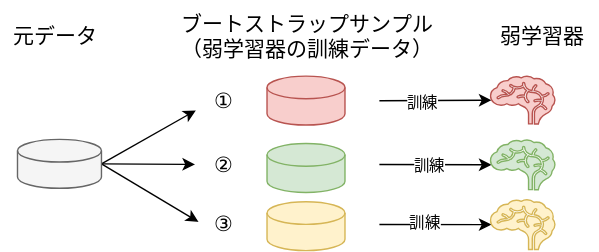
progedu/zen-algorithm-for-ml-assets keeps this draw.io diagram as 09_アンサンブルの基本/img/bootstrap_weak_models.svg. Above is the earlier version. Source tidied: cells renumbered, new cells last; positions are measured from the earlier drawing's top-left corner, leaving out a move shared by most shapes. Its diagram source:
```xml
<mxGraphModel>
  <root>
    <mxCell id="0" />
    <mxCell id="1" parent="0" />
    <mxCell id="2" value="①" style="text;html=1;align=center;verticalAlign=middle;points=[];strokeColor=none;fillColor=none;fontSize=15;" parent="1" vertex="1">
      <mxGeometry x="139.8" y="56.5" width="40" height="30" as="geometry" />
    </mxCell>
    <mxCell id="3" value="②" style="text;html=1;align=center;verticalAlign=middle;points=[];strokeColor=none;fillColor=none;fontSize=15;" parent="1" vertex="1">
      <mxGeometry x="139.8" y="102.1" width="40" height="30" as="geometry" />
    </mxCell>
    <mxCell id="4" value="③" style="text;html=1;align=center;verticalAlign=middle;points=[];strokeColor=none;fillColor=none;fontSize=15;" parent="1" vertex="1">
      <mxGeometry x="139.8" y="143.6" width="40" height="30" as="geometry" />
    </mxCell>
    <mxCell id="5" style="edgeStyle=none;rounded=0;jettySize=auto;html=1;exitX=1;exitY=0.5;exitDx=0;exitDy=0;exitPerimeter=0;fontSize=15;" parent="1" edge="1" source="17" target="3">
      <mxGeometry relative="1" as="geometry" />
    </mxCell>
    <mxCell id="6" style="rounded=0;jettySize=auto;html=1;exitX=1;exitY=0.5;exitDx=0;exitDy=0;exitPerimeter=0;entryX=0.016;entryY=0.728;entryDx=0;entryDy=0;entryPerimeter=0;fontSize=15;" parent="1" edge="1" source="17" target="2">
      <mxGeometry relative="1" as="geometry" />
    </mxCell>
    <mxCell id="7" style="edgeStyle=none;rounded=0;jettySize=auto;html=1;exitX=1;exitY=0.5;exitDx=0;exitDy=0;exitPerimeter=0;entryX=0.063;entryY=0.481;entryDx=0;entryDy=0;entryPerimeter=0;fontSize=15;" parent="1" edge="1" source="17" target="4">
      <mxGeometry relative="1" as="geometry" />
    </mxCell>
    <mxCell id="8" value="元データ" style="text;html=1;align=center;verticalAlign=middle;strokeColor=none;fillColor=none;fontSize=15;" parent="1" vertex="1">
      <mxGeometry x="0.3" y="10" width="80" height="30" as="geometry" />
    </mxCell>
    <mxCell id="9" value="ブートストラップサンプル&lt;br&gt;（弱学習器の訓練データ）" style="text;html=1;align=center;verticalAlign=middle;strokeColor=none;fillColor=none;fontSize=15;" parent="1" vertex="1">
      <mxGeometry x="120" width="200" height="50" as="geometry" />
    </mxCell>
    <mxCell id="10" value="弱学習器" style="text;html=1;align=center;verticalAlign=middle;points=[];strokeColor=none;fillColor=none;fontSize=15;" parent="1" vertex="1">
      <mxGeometry x="348" y="10" width="80" height="30" as="geometry" />
    </mxCell>
    <mxCell id="11" style="edgeStyle=none;rounded=0;jettySize=auto;html=1;entryX=0.015;entryY=0.5;entryDx=0;entryDy=0;entryPerimeter=0;" parent="1" edge="1" target="22">
      <mxGeometry relative="1" as="geometry">
        <mxPoint x="271.6" y="71.5" as="sourcePoint" />
      </mxGeometry>
    </mxCell>
    <mxCell id="12" value="訓練" style="edgeLabel;html=1;align=center;verticalAlign=middle;" parent="11" vertex="1">
      <mxGeometry x="-0.41" y="-1" relative="1" as="geometry">
        <mxPoint x="7" as="offset" />
      </mxGeometry>
    </mxCell>
    <mxCell id="13" style="edgeStyle=none;rounded=0;jettySize=auto;html=1;entryX=0.015;entryY=0.5;entryDx=0;entryDy=0;entryPerimeter=0;" parent="1" edge="1" target="23">
      <mxGeometry relative="1" as="geometry">
        <mxPoint x="271.6" y="117" as="sourcePoint" />
      </mxGeometry>
    </mxCell>
    <mxCell id="14" value="訓練" style="edgeLabel;html=1;align=center;verticalAlign=middle;points=[];" parent="13" vertex="1">
      <mxGeometry x="-0.11" y="-1" relative="1" as="geometry" />
    </mxCell>
    <mxCell id="15" style="edgeStyle=none;rounded=0;jettySize=auto;html=1;entryX=0.015;entryY=0.5;entryDx=0;entryDy=0;entryPerimeter=0;" parent="1" edge="1" target="24">
      <mxGeometry relative="1" as="geometry">
        <mxPoint x="271.6" y="159.9" as="sourcePoint" />
      </mxGeometry>
    </mxCell>
    <mxCell id="16" value="訓練" style="edgeLabel;html=1;align=center;verticalAlign=middle;" parent="15" vertex="1">
      <mxGeometry x="-0.2" y="1" relative="1" as="geometry" />
    </mxCell>
    <mxCell id="17" style="shape=cylinder3;whiteSpace=wrap;html=1;boundedLbl=1;backgroundOutline=1;size=8.079996512276693;fillColor=#f5f5f5;fontColor=#333333;strokeColor=#666666;" parent="1" vertex="1">
      <mxGeometry x="13" y="99.1" width="60" height="34.9" as="geometry" />
    </mxCell>
    <mxCell id="18" style="group;" parent="1" vertex="1">
      <mxGeometry x="191.3" y="53.9" width="55.7" height="124.7" as="geometry" />
    </mxCell>
    <mxCell id="19" style="shape=cylinder3;whiteSpace=wrap;html=1;boundedLbl=1;backgroundOutline=1;size=8.079996512276693;fillColor=#f8cecc;strokeColor=#b85450;" parent="18" vertex="1">
      <mxGeometry width="55.7" height="34.9" as="geometry" />
    </mxCell>
    <mxCell id="20" style="shape=cylinder3;whiteSpace=wrap;html=1;boundedLbl=1;backgroundOutline=1;size=8.079996512276693;fillColor=#d5e8d4;strokeColor=#82b366;" parent="18" vertex="1">
      <mxGeometry y="48.2" width="55.7" height="34.9" as="geometry" />
    </mxCell>
    <mxCell id="21" style="shape=cylinder3;whiteSpace=wrap;html=1;boundedLbl=1;backgroundOutline=1;size=8.079996512276693;fillColor=#fff2cc;strokeColor=#d6b656;" parent="18" vertex="1">
      <mxGeometry y="89.7" width="55.7" height="34.9" as="geometry" />
    </mxCell>
    <mxCell id="22" style="shape=mxgraph.signs.healthcare.brain;html=1;fillColor=#f8cecc;strokeColor=#b85450;verticalLabelPosition=bottom;verticalAlign=top;align=center;fontSize=14;" parent="1" vertex="1">
      <mxGeometry x="351" y="54" width="46" height="34" as="geometry" />
    </mxCell>
    <mxCell id="23" style="shape=mxgraph.signs.healthcare.brain;html=1;fillColor=#d5e8d4;strokeColor=#82b366;verticalLabelPosition=bottom;verticalAlign=top;align=center;fontSize=14;" parent="1" vertex="1">
      <mxGeometry x="351" y="99.5" width="46" height="35.5" as="geometry" />
    </mxCell>
    <mxCell id="24" style="shape=mxgraph.signs.healthcare.brain;html=1;fillColor=#fff2cc;strokeColor=#d6b656;verticalLabelPosition=bottom;verticalAlign=top;align=center;fontSize=14;" parent="1" vertex="1">
      <mxGeometry x="351" y="142.2" width="46" height="35.5" as="geometry" />
    </mxCell>
  </root>
</mxGraphModel>
```
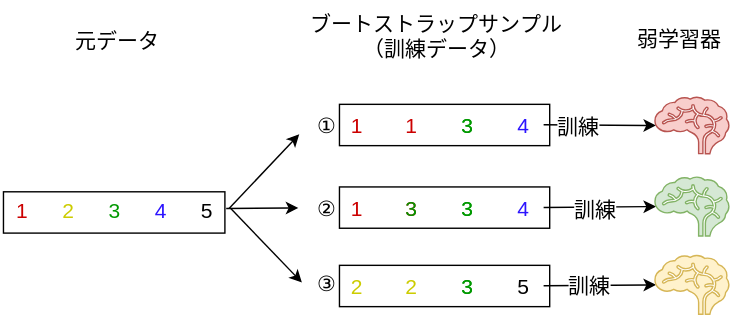
After the commit.

Diff of the diagram source:
```diff
@@ -3,81 +3,133 @@
     <mxCell id="0" />
     <mxCell id="1" parent="0" />
     <mxCell id="2" value="①" style="text;html=1;align=center;verticalAlign=middle;points=[];strokeColor=none;fillColor=none;fontSize=15;" parent="1" vertex="1">
-      <mxGeometry x="139.8" y="56.5" width="40" height="30" as="geometry" />
+      <mxGeometry x="159.5" y="73.5" width="40" height="30" as="geometry" />
     </mxCell>
     <mxCell id="3" value="②" style="text;html=1;align=center;verticalAlign=middle;points=[];strokeColor=none;fillColor=none;fontSize=15;" parent="1" vertex="1">
-      <mxGeometry x="139.8" y="102.1" width="40" height="30" as="geometry" />
+      <mxGeometry x="159.5" y="132.8" width="40" height="30" as="geometry" />
     </mxCell>
     <mxCell id="4" value="③" style="text;html=1;align=center;verticalAlign=middle;points=[];strokeColor=none;fillColor=none;fontSize=15;" parent="1" vertex="1">
-      <mxGeometry x="139.8" y="143.6" width="40" height="30" as="geometry" />
+      <mxGeometry x="159.5" y="186.9" width="40" height="30" as="geometry" />
     </mxCell>
-    <mxCell id="5" style="edgeStyle=none;rounded=0;jettySize=auto;html=1;exitX=1;exitY=0.5;exitDx=0;exitDy=0;exitPerimeter=0;fontSize=15;" parent="1" edge="1" source="17" target="3">
-      <mxGeometry relative="1" as="geometry" />
+    <mxCell id="5" value="1" style="text;html=1;align=center;verticalAlign=middle;strokeColor=none;fillColor=none;fontSize=15;fontColor=#CC0000;" parent="1" vertex="1">
+      <mxGeometry x="-53" y="135.1" width="30" height="30" as="geometry" />
     </mxCell>
-    <mxCell id="6" style="rounded=0;jettySize=auto;html=1;exitX=1;exitY=0.5;exitDx=0;exitDy=0;exitPerimeter=0;entryX=0.016;entryY=0.728;entryDx=0;entryDy=0;entryPerimeter=0;fontSize=15;" parent="1" edge="1" source="17" target="2">
-      <mxGeometry relative="1" as="geometry" />
+    <mxCell id="6" value="2" style="text;html=1;align=center;verticalAlign=middle;strokeColor=none;fillColor=none;fontSize=15;fontColor=#CCCC00;" parent="1" vertex="1">
+      <mxGeometry x="-20" y="135.1" width="30" height="30" as="geometry" />
     </mxCell>
-    <mxCell id="7" style="edgeStyle=none;rounded=0;jettySize=auto;html=1;exitX=1;exitY=0.5;exitDx=0;exitDy=0;exitPerimeter=0;entryX=0.063;entryY=0.481;entryDx=0;entryDy=0;entryPerimeter=0;fontSize=15;" parent="1" edge="1" source="17" target="4">
-      <mxGeometry relative="1" as="geometry" />
+    <mxCell id="7" value="3" style="text;html=1;align=center;verticalAlign=middle;strokeColor=none;fillColor=none;fontSize=15;fontColor=#009900;" parent="1" vertex="1">
+      <mxGeometry x="13" y="135.1" width="30" height="30" as="geometry" />
     </mxCell>
-    <mxCell id="8" value="元データ" style="text;html=1;align=center;verticalAlign=middle;strokeColor=none;fillColor=none;fontSize=15;" parent="1" vertex="1">
-      <mxGeometry x="0.3" y="10" width="80" height="30" as="geometry" />
+    <mxCell id="8" value="4" style="text;html=1;align=center;verticalAlign=middle;strokeColor=none;fillColor=none;fontSize=15;fontColor=#2C14FF;" parent="1" vertex="1">
+      <mxGeometry x="46" y="135.1" width="30" height="30" as="geometry" />
     </mxCell>
-    <mxCell id="9" value="ブートストラップサンプル&lt;br&gt;（弱学習器の訓練データ）" style="text;html=1;align=center;verticalAlign=middle;strokeColor=none;fillColor=none;fontSize=15;" parent="1" vertex="1">
-      <mxGeometry x="120" width="200" height="50" as="geometry" />
+    <mxCell id="9" style="edgeStyle=none;rounded=0;jettySize=auto;html=1;exitX=0.965;exitY=0.445;exitDx=0;exitDy=0;exitPerimeter=0;fontSize=15;" parent="1" edge="1" source="10" target="3">
+      <mxGeometry relative="1" as="geometry" />
     </mxCell>
-    <mxCell id="10" value="弱学習器" style="text;html=1;align=center;verticalAlign=middle;points=[];strokeColor=none;fillColor=none;fontSize=15;" parent="1" vertex="1">
-      <mxGeometry x="348" y="10" width="80" height="30" as="geometry" />
+    <mxCell id="10" value="5" style="text;html=1;align=center;verticalAlign=middle;points=[];strokeColor=none;fillColor=none;fontSize=15;fontColor=#000000;" parent="1" vertex="1">
+      <mxGeometry x="79" y="135.1" width="30" height="30" as="geometry" />
     </mxCell>
-    <mxCell id="11" style="edgeStyle=none;rounded=0;jettySize=auto;html=1;entryX=0.015;entryY=0.5;entryDx=0;entryDy=0;entryPerimeter=0;" parent="1" edge="1" target="22">
-      <mxGeometry relative="1" as="geometry">
-        <mxPoint x="271.6" y="71.5" as="sourcePoint" />
-      </mxGeometry>
+    <mxCell id="11" value="1" style="text;html=1;align=center;verticalAlign=middle;strokeColor=none;fillColor=none;fontSize=15;fontColor=#CC0000;" parent="1" vertex="1">
+      <mxGeometry x="185.9" y="73.5" width="30" height="30" as="geometry" />
     </mxCell>
-    <mxCell id="12" value="訓練" style="edgeLabel;html=1;align=center;verticalAlign=middle;" parent="11" vertex="1">
-      <mxGeometry x="-0.41" y="-1" relative="1" as="geometry">
-        <mxPoint x="7" as="offset" />
-      </mxGeometry>
+    <mxCell id="12" value="1" style="text;html=1;align=center;verticalAlign=middle;strokeColor=none;fillColor=none;fontSize=15;fontColor=#CC0000;" parent="1" vertex="1">
+      <mxGeometry x="225.5" y="73.5" width="30" height="30" as="geometry" />
     </mxCell>
-    <mxCell id="13" style="edgeStyle=none;rounded=0;jettySize=auto;html=1;entryX=0.015;entryY=0.5;entryDx=0;entryDy=0;entryPerimeter=0;" parent="1" edge="1" target="23">
-      <mxGeometry relative="1" as="geometry">
-        <mxPoint x="271.6" y="117" as="sourcePoint" />
-      </mxGeometry>
+    <mxCell id="13" value="3" style="text;html=1;align=center;verticalAlign=middle;strokeColor=none;fillColor=none;fontSize=15;fontColor=#009900;" parent="1" vertex="1">
+      <mxGeometry x="265.1" y="73.5" width="30" height="30" as="geometry" />
     </mxCell>
-    <mxCell id="14" value="訓練" style="edgeLabel;html=1;align=center;verticalAlign=middle;points=[];" parent="13" vertex="1">
-      <mxGeometry x="-0.11" y="-1" relative="1" as="geometry" />
+    <mxCell id="14" value="4" style="text;html=1;align=center;verticalAlign=middle;points=[];strokeColor=none;fillColor=none;fontSize=15;fontColor=#2C14FF;" parent="1" vertex="1">
+      <mxGeometry x="304.7" y="73.5" width="30" height="30" as="geometry" />
     </mxCell>
-    <mxCell id="15" style="edgeStyle=none;rounded=0;jettySize=auto;html=1;entryX=0.015;entryY=0.5;entryDx=0;entryDy=0;entryPerimeter=0;" parent="1" edge="1" target="24">
-      <mxGeometry relative="1" as="geometry">
-        <mxPoint x="271.6" y="159.9" as="sourcePoint" />
-      </mxGeometry>
+    <mxCell id="15" value="1" style="text;html=1;align=center;verticalAlign=middle;strokeColor=none;fillColor=none;fontSize=15;fontColor=#CC0000;" parent="1" vertex="1">
+      <mxGeometry x="185.9" y="132.8" width="30" height="30" as="geometry" />
     </mxCell>
-    <mxCell id="16" value="訓練" style="edgeLabel;html=1;align=center;verticalAlign=middle;" parent="15" vertex="1">
-      <mxGeometry x="-0.2" y="1" relative="1" as="geometry" />
+    <mxCell id="16" value="3" style="text;html=1;align=center;verticalAlign=middle;strokeColor=none;fillColor=none;fontSize=15;fontColor=#CC0000;" parent="1" vertex="1">
+      <mxGeometry x="225.5" y="132.8" width="30" height="30" as="geometry" />
     </mxCell>
-    <mxCell id="17" style="shape=cylinder3;whiteSpace=wrap;html=1;boundedLbl=1;backgroundOutline=1;size=8.079996512276693;fillColor=#f5f5f5;fontColor=#333333;strokeColor=#666666;" parent="1" vertex="1">
-      <mxGeometry x="13" y="99.1" width="60" height="34.9" as="geometry" />
+    <mxCell id="17" value="3" style="text;html=1;align=center;verticalAlign=middle;points=[];strokeColor=none;fillColor=none;fontSize=15;fontColor=#009900;" parent="1" vertex="1">
+      <mxGeometry x="265.1" y="132.8" width="30" height="30" as="geometry" />
     </mxCell>
-    <mxCell id="18" style="group;" parent="1" vertex="1">
-      <mxGeometry x="191.3" y="53.9" width="55.7" height="124.7" as="geometry" />
+    <mxCell id="18" value="4" style="text;html=1;align=center;verticalAlign=middle;points=[];strokeColor=none;fillColor=none;fontSize=15;fontColor=#2C14FF;" parent="1" vertex="1">
+      <mxGeometry x="304.7" y="132.8" width="30" height="30" as="geometry" />
     </mxCell>
-    <mxCell id="19" style="shape=cylinder3;whiteSpace=wrap;html=1;boundedLbl=1;backgroundOutline=1;size=8.079996512276693;fillColor=#f8cecc;strokeColor=#b85450;" parent="18" vertex="1">
-      <mxGeometry width="55.7" height="34.9" as="geometry" />
+    <mxCell id="19" value="2" style="text;html=1;align=center;verticalAlign=middle;strokeColor=none;fillColor=none;fontSize=15;fontColor=#CCCC00;" parent="1" vertex="1">
+      <mxGeometry x="185.9" y="188.7" width="30" height="30" as="geometry" />
     </mxCell>
-    <mxCell id="20" style="shape=cylinder3;whiteSpace=wrap;html=1;boundedLbl=1;backgroundOutline=1;size=8.079996512276693;fillColor=#d5e8d4;strokeColor=#82b366;" parent="18" vertex="1">
-      <mxGeometry y="48.2" width="55.7" height="34.9" as="geometry" />
+    <mxCell id="20" value="2" style="text;html=1;align=center;verticalAlign=middle;strokeColor=none;fillColor=none;fontSize=15;fontColor=#CCCC00;" parent="1" vertex="1">
+      <mxGeometry x="225.5" y="188.7" width="30" height="30" as="geometry" />
     </mxCell>
-    <mxCell id="21" style="shape=cylinder3;whiteSpace=wrap;html=1;boundedLbl=1;backgroundOutline=1;size=8.079996512276693;fillColor=#fff2cc;strokeColor=#d6b656;" parent="18" vertex="1">
-      <mxGeometry y="89.7" width="55.7" height="34.9" as="geometry" />
+    <mxCell id="21" value="3" style="text;html=1;align=center;verticalAlign=middle;strokeColor=none;fillColor=none;fontSize=15;fontColor=#009900;" parent="1" vertex="1">
+      <mxGeometry x="265.1" y="188.7" width="30" height="30" as="geometry" />
     </mxCell>
-    <mxCell id="22" style="shape=mxgraph.signs.healthcare.brain;html=1;fillColor=#f8cecc;strokeColor=#b85450;verticalLabelPosition=bottom;verticalAlign=top;align=center;fontSize=14;" parent="1" vertex="1">
-      <mxGeometry x="351" y="54" width="46" height="34" as="geometry" />
+    <mxCell id="22" value="5" style="text;html=1;align=center;verticalAlign=middle;points=[];strokeColor=none;fillColor=none;fontSize=15;fontColor=#000000;" parent="1" vertex="1">
+      <mxGeometry x="304.7" y="188.7" width="30" height="30" as="geometry" />
     </mxCell>
-    <mxCell id="23" style="shape=mxgraph.signs.healthcare.brain;html=1;fillColor=#d5e8d4;strokeColor=#82b366;verticalLabelPosition=bottom;verticalAlign=top;align=center;fontSize=14;" parent="1" vertex="1">
-      <mxGeometry x="351" y="99.5" width="46" height="35.5" as="geometry" />
+    <mxCell id="23" value="3" style="text;html=1;align=center;verticalAlign=middle;points=[];strokeColor=none;fillColor=none;fontSize=15;fontColor=#009900;" parent="1" vertex="1">
+      <mxGeometry x="225.5" y="132.8" width="30" height="30" as="geometry" />
     </mxCell>
-    <mxCell id="24" style="shape=mxgraph.signs.healthcare.brain;html=1;fillColor=#fff2cc;strokeColor=#d6b656;verticalLabelPosition=bottom;verticalAlign=top;align=center;fontSize=14;" parent="1" vertex="1">
-      <mxGeometry x="351" y="142.2" width="46" height="35.5" as="geometry" />
+    <mxCell id="24" value="3" style="text;html=1;align=center;verticalAlign=middle;points=[];strokeColor=none;fillColor=none;fontSize=15;fontColor=#009900;" parent="1" vertex="1">
+      <mxGeometry x="265.1" y="132.8" width="30" height="30" as="geometry" />
     </mxCell>
+    <mxCell id="25" value="3" style="text;html=1;align=center;verticalAlign=middle;strokeColor=none;fillColor=none;fontSize=15;fontColor=#009900;" parent="1" vertex="1">
+      <mxGeometry x="265.1" y="73.5" width="30" height="30" as="geometry" />
+    </mxCell>
+    <mxCell id="26" value="3" style="text;html=1;align=center;verticalAlign=middle;strokeColor=none;fillColor=none;fontSize=15;fontColor=#009900;" parent="1" vertex="1">
+      <mxGeometry x="265.1" y="188.7" width="30" height="30" as="geometry" />
+    </mxCell>
+    <mxCell id="27" style="rounded=0;jettySize=auto;html=1;exitX=1.033;exitY=0.445;exitDx=0;exitDy=0;exitPerimeter=0;entryX=0.016;entryY=0.728;entryDx=0;entryDy=0;entryPerimeter=0;fontSize=15;" parent="1" edge="1" source="10" target="2">
+      <mxGeometry relative="1" as="geometry" />
+    </mxCell>
+    <mxCell id="28" style="edgeStyle=none;rounded=0;jettySize=auto;html=1;exitX=1.057;exitY=0.427;exitDx=0;exitDy=0;exitPerimeter=0;entryX=0.063;entryY=0.481;entryDx=0;entryDy=0;entryPerimeter=0;fontSize=15;" parent="1" edge="1" source="10" target="4">
+      <mxGeometry relative="1" as="geometry" />
+    </mxCell>
+    <mxCell id="29" value="元データ" style="text;html=1;align=center;verticalAlign=middle;strokeColor=none;fillColor=none;fontSize=15;" parent="1" vertex="1">
+      <mxGeometry x="-9.7" y="13" width="80" height="30" as="geometry" />
+    </mxCell>
+    <mxCell id="30" value="ブートストラップサンプル&lt;br style=&quot;font-size: 15px;&quot;&gt;（訓練データ）" style="text;html=1;align=center;verticalAlign=middle;strokeColor=none;fillColor=none;fontSize=15;" parent="1" vertex="1">
+      <mxGeometry x="157.6" width="200" height="50" as="geometry" />
+    </mxCell>
+    <mxCell id="31" value="弱学習器" style="text;html=1;align=center;verticalAlign=middle;strokeColor=none;fillColor=none;fontSize=15;" parent="1" vertex="1">
+      <mxGeometry x="390.9" y="12" width="80" height="30" as="geometry" />
+    </mxCell>
+    <mxCell id="32" style="edgeStyle=none;rounded=0;jettySize=auto;html=1;entryX=0.015;entryY=0.5;entryDx=0;entryDy=0;entryPerimeter=0;fontSize=15;" parent="1" edge="1" source="14" target="38">
+      <mxGeometry relative="1" as="geometry" />
+    </mxCell>
+    <mxCell id="33" value="訓練" style="edgeLabel;html=1;align=center;verticalAlign=middle;fontSize=15;" parent="32" vertex="1">
+      <mxGeometry x="-0.41" y="-1" relative="1" as="geometry" />
+    </mxCell>
+    <mxCell id="34" style="edgeStyle=none;rounded=0;jettySize=auto;html=1;entryX=0.015;entryY=0.5;entryDx=0;entryDy=0;entryPerimeter=0;fontSize=15;" parent="1" edge="1" source="18" target="39">
+      <mxGeometry relative="1" as="geometry" />
+    </mxCell>
+    <mxCell id="35" value="訓練" style="edgeLabel;html=1;align=center;verticalAlign=middle;fontSize=15;" parent="34" vertex="1">
+      <mxGeometry x="-0.11" y="-1" relative="1" as="geometry" />
+    </mxCell>
+    <mxCell id="36" style="edgeStyle=none;rounded=0;jettySize=auto;html=1;entryX=0.015;entryY=0.5;entryDx=0;entryDy=0;entryPerimeter=0;fontSize=15;" parent="1" edge="1" source="22" target="40">
+      <mxGeometry relative="1" as="geometry" />
+    </mxCell>
+    <mxCell id="37" value="訓練" style="edgeLabel;html=1;align=center;verticalAlign=middle;fontSize=15;" parent="36" vertex="1">
+      <mxGeometry x="-0.2" y="1" relative="1" as="geometry" />
+    </mxCell>
+    <mxCell id="38" style="shape=mxgraph.signs.healthcare.brain;html=1;fillColor=#f8cecc;strokeColor=#b85450;verticalLabelPosition=bottom;verticalAlign=top;align=center;fontSize=15;" parent="1" vertex="1">
+      <mxGeometry x="414.2" y="69" width="52.8" height="40.3" as="geometry" />
+    </mxCell>
+    <mxCell id="39" style="shape=mxgraph.signs.healthcare.brain;html=1;fillColor=#d5e8d4;strokeColor=#82b366;verticalLabelPosition=bottom;verticalAlign=top;align=center;fontSize=15;" parent="1" vertex="1">
+      <mxGeometry x="414.2" y="126" width="52.8" height="42" as="geometry" />
+    </mxCell>
+    <mxCell id="40" style="shape=mxgraph.signs.healthcare.brain;html=1;fillColor=#fff2cc;strokeColor=#d6b656;verticalLabelPosition=bottom;verticalAlign=top;align=center;fontSize=15;" parent="1" vertex="1">
+      <mxGeometry x="414.2" y="182" width="52.8" height="42" as="geometry" />
+    </mxCell>
+    <mxCell id="41" style="rounded=0;whiteSpace=wrap;html=1;fillColor=none;" parent="1" vertex="1">
+      <mxGeometry x="-51.2" y="136.5" width="158.2" height="29.5" as="geometry" />
+    </mxCell>
+    <mxCell id="42" style="rounded=0;whiteSpace=wrap;html=1;fillColor=none;" parent="1" vertex="1">
+      <mxGeometry x="188.8" y="74" width="150.2" height="29.5" as="geometry" />
+    </mxCell>
+    <mxCell id="43" style="rounded=0;whiteSpace=wrap;html=1;fillColor=none;" parent="1" vertex="1">
+      <mxGeometry x="188.8" y="133" width="150.2" height="29.5" as="geometry" />
+    </mxCell>
+    <mxCell id="44" style="rounded=0;whiteSpace=wrap;html=1;fillColor=none;" parent="1" vertex="1">
+      <mxGeometry x="188.8" y="189" width="150.2" height="29.5" as="geometry" />
+    </mxCell>
   </root>
 </mxGraphModel>
```
